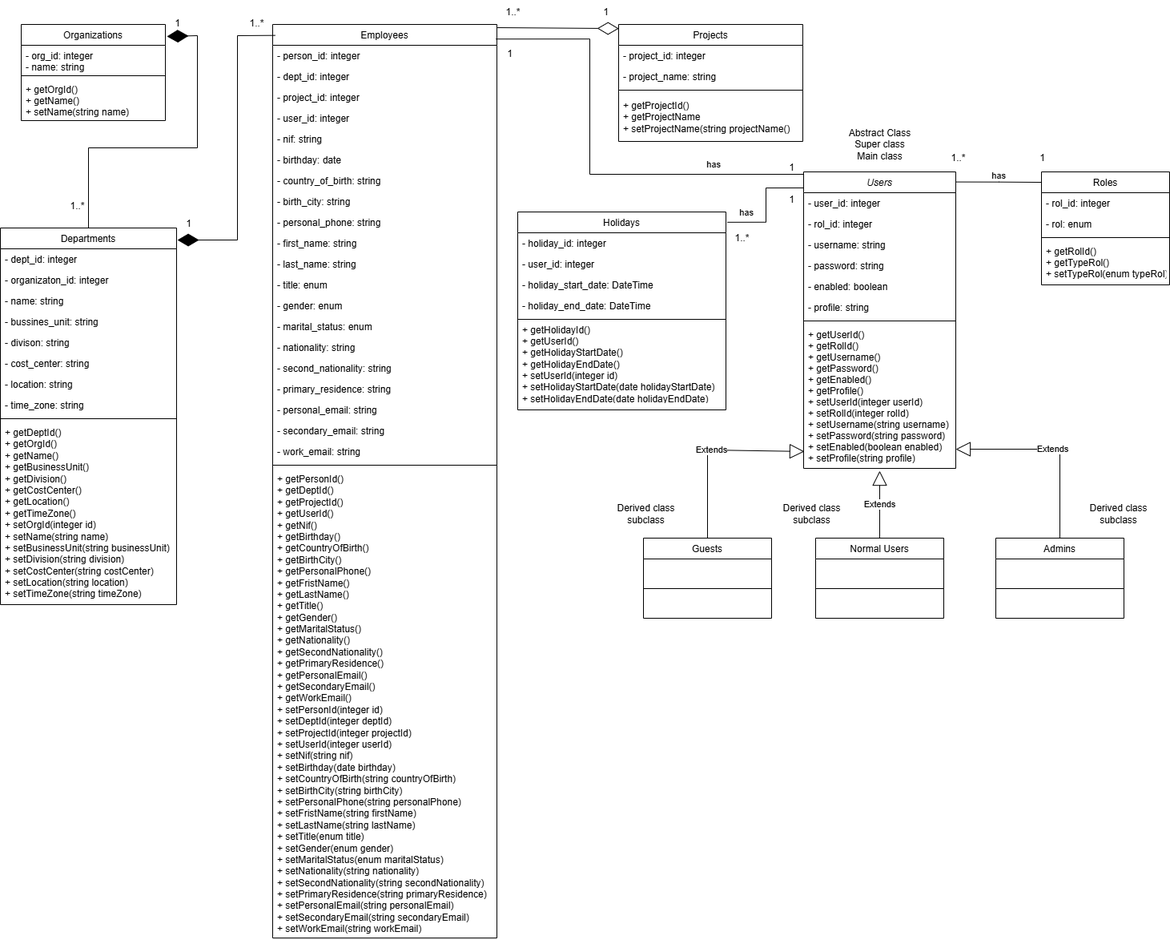
Above: Diagramas/Diagrama-De-Clases/Diagrama_De_Clases_HolidaysApp.drawio.png in lhachete/Holidays-App (draw.io), before the change. Source tidied: cells renumbered, new cells last; positions are measured from the earlier drawing's top-left corner, leaving out a move shared by most shapes.
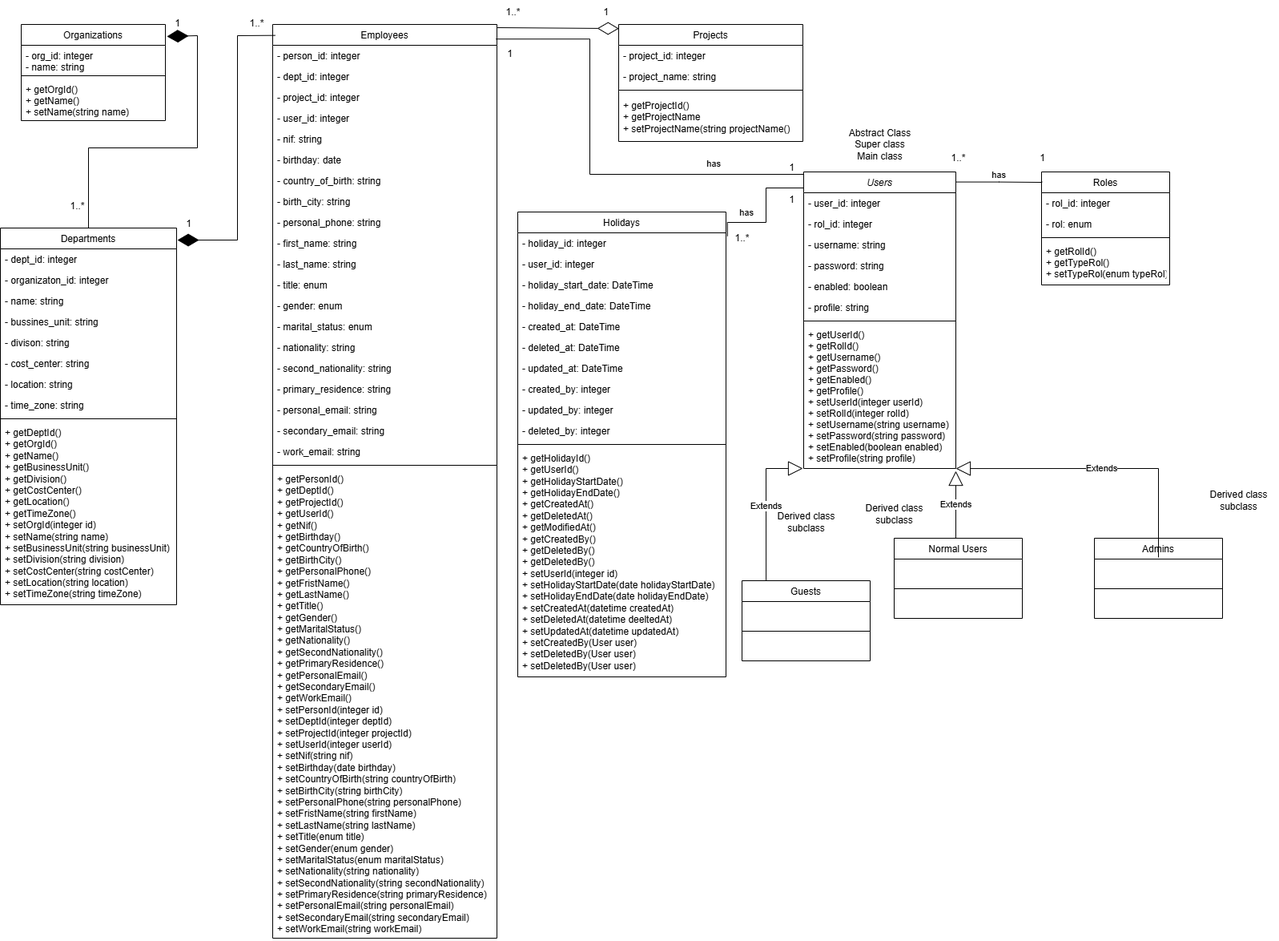
Above is the later version.

Commit message:
modified classes diagram

Diff of the diagram source:
```diff
@@ -30,7 +30,7 @@
       <mxGeometry y="190" width="190" height="180" as="geometry" />
     </mxCell>
     <mxCell id="11" value="Holidays" style="swimlane;fontStyle=0;align=center;verticalAlign=top;horizontal=1;startSize=26;rounded=0;shadow=0;strokeWidth=1;" parent="1" vertex="1">
-      <mxGeometry x="646" y="264" width="260" height="247" as="geometry" />
+      <mxGeometry x="646" y="264" width="260" height="580" as="geometry" />
     </mxCell>
     <mxCell id="12" value="- holiday_id: integer" style="text;align=left;verticalAlign=top;spacingLeft=4;spacingRight=4;overflow=hidden;" parent="11" vertex="1">
       <mxGeometry y="26" width="260" height="26" as="geometry" />
@@ -44,11 +44,29 @@
     <mxCell id="15" value="- holiday_end_date: DateTime" style="text;align=left;verticalAlign=top;spacingLeft=4;spacingRight=4;overflow=hidden;rounded=0;shadow=0;html=0;" parent="11" vertex="1">
       <mxGeometry y="104" width="260" height="26" as="geometry" />
     </mxCell>
+    <mxCell id="100" value="- created_at: DateTime" style="text;align=left;verticalAlign=top;spacingLeft=4;spacingRight=4;overflow=hidden;rounded=0;shadow=0;html=0;" parent="11" vertex="1">
+      <mxGeometry y="130" width="260" height="26" as="geometry" />
+    </mxCell>
+    <mxCell id="101" value="- deleted_at: DateTime" style="text;align=left;verticalAlign=top;spacingLeft=4;spacingRight=4;overflow=hidden;rounded=0;shadow=0;html=0;" parent="11" vertex="1">
+      <mxGeometry y="156" width="260" height="26" as="geometry" />
+    </mxCell>
+    <mxCell id="102" value="- updated_at: DateTime" style="text;align=left;verticalAlign=top;spacingLeft=4;spacingRight=4;overflow=hidden;rounded=0;shadow=0;html=0;" parent="11" vertex="1">
+      <mxGeometry y="182" width="260" height="26" as="geometry" />
+    </mxCell>
+    <mxCell id="103" value="- created_by: integer" style="text;align=left;verticalAlign=top;spacingLeft=4;spacingRight=4;overflow=hidden;rounded=0;shadow=0;html=0;" parent="11" vertex="1">
+      <mxGeometry y="208" width="260" height="26" as="geometry" />
+    </mxCell>
+    <mxCell id="104" value="- updated_by: integer" style="text;align=left;verticalAlign=top;spacingLeft=4;spacingRight=4;overflow=hidden;rounded=0;shadow=0;html=0;" parent="11" vertex="1">
+      <mxGeometry y="234" width="260" height="26" as="geometry" />
+    </mxCell>
+    <mxCell id="105" value="- deleted_by: integer" style="text;align=left;verticalAlign=top;spacingLeft=4;spacingRight=4;overflow=hidden;rounded=0;shadow=0;html=0;" parent="11" vertex="1">
+      <mxGeometry y="260" width="260" height="26" as="geometry" />
+    </mxCell>
     <mxCell id="16" style="line;html=1;strokeWidth=1;align=left;verticalAlign=middle;spacingTop=-1;spacingLeft=3;spacingRight=3;labelPosition=right;" parent="11" vertex="1">
-      <mxGeometry y="130" width="260" height="8" as="geometry" />
+      <mxGeometry y="286" width="260" height="8" as="geometry" />
     </mxCell>
-    <mxCell id="17" value="+ getHolidayId()&lt;div&gt;+ getUserId()&lt;br&gt;+ getHolidayStartDate()&lt;br&gt;+ getHolidayEndDate()&lt;br&gt;+ setUserId(integer id)&lt;br&gt;+ setHolidayStartDate(date holidayStartDate)&lt;br&gt;+ setHolidayEndDate(date holidayEndDate)&lt;/div&gt;" style="text;align=left;verticalAlign=middle;spacingLeft=4;spacingRight=4;overflow=hidden;rounded=0;shadow=0;html=1;spacing=2;" parent="11" vertex="1">
-      <mxGeometry y="138" width="260" height="102" as="geometry" />
+    <mxCell id="17" value="+ getHolidayId()&lt;div&gt;+ getUserId()&lt;br&gt;+ getHolidayStartDate()&lt;br&gt;+ getHolidayEndDate()&lt;/div&gt;&lt;div&gt;+ getCreatedAt()&lt;/div&gt;&lt;div&gt;+ getDeletedAt()&lt;/div&gt;&lt;div&gt;+ getModifiedAt()&lt;/div&gt;&lt;div&gt;+ getCreatedBy()&lt;/div&gt;&lt;div&gt;+ getDeletedBy()&lt;/div&gt;&lt;div&gt;+ getDeletedBy()&lt;br&gt;+ setUserId(integer id)&lt;br&gt;+ setHolidayStartDate(date holidayStartDate)&lt;br&gt;+ setHolidayEndDate(date holidayEndDate)&lt;/div&gt;&lt;div&gt;&lt;div&gt;+ setCreatedAt(datetime createdAt)&lt;/div&gt;&lt;div&gt;+ setDeletedAt(datetime deeltedAt)&lt;/div&gt;&lt;div&gt;+ setUpdatedAt(datetime updatedAt)&lt;/div&gt;&lt;div&gt;&lt;div&gt;+ setCreatedBy(User user)&lt;/div&gt;&lt;div&gt;+ setDeletedBy(&lt;span style=&quot;background-color: transparent; color: light-dark(rgb(0, 0, 0), rgb(255, 255, 255));&quot;&gt;User user&lt;/span&gt;&lt;span style=&quot;background-color: transparent; color: light-dark(rgb(0, 0, 0), rgb(255, 255, 255));&quot;&gt;)&lt;/span&gt;&lt;/div&gt;&lt;div&gt;+ setDeletedBy(&lt;span style=&quot;background-color: transparent; color: light-dark(rgb(0, 0, 0), rgb(255, 255, 255));&quot;&gt;User user&lt;/span&gt;&lt;span style=&quot;background-color: transparent; color: light-dark(rgb(0, 0, 0), rgb(255, 255, 255));&quot;&gt;)&lt;/span&gt;&lt;/div&gt;&lt;/div&gt;&lt;/div&gt;" style="text;align=left;verticalAlign=middle;spacingLeft=4;spacingRight=4;overflow=hidden;rounded=0;shadow=0;html=1;spacing=2;" parent="11" vertex="1">
+      <mxGeometry y="294" width="260" height="286" as="geometry" />
     </mxCell>
     <mxCell id="18" value="Employees" style="swimlane;fontStyle=0;align=center;verticalAlign=top;horizontal=1;startSize=26;rounded=0;shadow=0;strokeWidth=1;" parent="1" vertex="1">
       <mxGeometry x="340" y="30" width="280" height="1140" as="geometry" />
@@ -195,51 +213,57 @@
       <mxGeometry y="68" width="180" height="50" as="geometry" />
     </mxCell>
     <mxCell id="66" value="&lt;span style=&quot;font-weight: normal;&quot;&gt;Guests&lt;/span&gt;" style="swimlane;fontStyle=1;align=center;verticalAlign=top;horizontal=1;startSize=26;whiteSpace=wrap;html=1;" parent="1" vertex="1">
-      <mxGeometry x="803" y="671" width="160" height="100" as="geometry" />
+      <mxGeometry x="926" y="724" width="160" height="100" as="geometry" />
     </mxCell>
     <mxCell id="67" style="line;strokeWidth=1;fillColor=none;align=left;verticalAlign=middle;spacingTop=-1;spacingLeft=3;spacingRight=3;labelPosition=right;strokeColor=inherit;" parent="66" vertex="1">
       <mxGeometry y="26" width="160" height="74" as="geometry" />
     </mxCell>
-    <mxCell id="68" value="Extends" style="endArrow=block;endSize=16;endFill=0;html=1;rounded=0;exitX=0.5;exitY=0;exitDx=0;exitDy=0;entryX=0.005;entryY=0.883;entryDx=0;entryDy=0;entryPerimeter=0;" parent="1" edge="1" source="66" target="10">
+    <mxCell id="68" value="Extends" style="endArrow=block;endSize=16;endFill=0;html=1;rounded=0;exitX=0.188;exitY=0;exitDx=0;exitDy=0;exitPerimeter=0;" parent="1" edge="1" source="66">
       <mxGeometry relative="1" as="geometry">
+        <mxPoint x="1002" y="584" as="targetPoint" />
         <Array as="points">
-          <mxPoint x="883" y="561" />
+          <mxPoint x="956" y="584" />
         </Array>
       </mxGeometry>
     </mxCell>
     <mxCell id="69" value="&lt;span style=&quot;font-weight: normal;&quot;&gt;Normal Users&lt;/span&gt;" style="swimlane;fontStyle=1;align=center;verticalAlign=top;horizontal=1;startSize=26;whiteSpace=wrap;html=1;" parent="1" vertex="1">
-      <mxGeometry x="1018" y="671" width="160" height="100" as="geometry" />
+      <mxGeometry x="1116" y="671" width="160" height="100" as="geometry" />
     </mxCell>
     <mxCell id="70" style="line;strokeWidth=1;fillColor=none;align=left;verticalAlign=middle;spacingTop=-1;spacingLeft=3;spacingRight=3;labelPosition=right;strokeColor=inherit;" parent="69" vertex="1">
       <mxGeometry y="26" width="160" height="74" as="geometry" />
     </mxCell>
     <mxCell id="71" value="&lt;span style=&quot;font-weight: normal;&quot;&gt;Admins&lt;/span&gt;" style="swimlane;fontStyle=1;align=center;verticalAlign=top;horizontal=1;startSize=26;whiteSpace=wrap;html=1;" parent="1" vertex="1">
-      <mxGeometry x="1243" y="671" width="160" height="100" as="geometry" />
+      <mxGeometry x="1366" y="671" width="160" height="100" as="geometry" />
     </mxCell>
     <mxCell id="72" style="line;strokeWidth=1;fillColor=none;align=left;verticalAlign=middle;spacingTop=-1;spacingLeft=3;spacingRight=3;labelPosition=right;strokeColor=inherit;" parent="71" vertex="1">
       <mxGeometry y="26" width="160" height="74" as="geometry" />
     </mxCell>
-    <mxCell id="73" value="Extends" style="endArrow=block;endSize=16;endFill=0;html=1;rounded=0;exitX=0.5;exitY=0;exitDx=0;exitDy=0;entryX=1;entryY=0.867;entryDx=0;entryDy=0;entryPerimeter=0;" parent="1" edge="1" source="71" target="10">
+    <mxCell id="73" value="Extends" style="endArrow=block;endSize=16;endFill=0;html=1;rounded=0;exitX=0.5;exitY=0;exitDx=0;exitDy=0;entryX=1;entryY=0.867;entryDx=0;entryDy=0;entryPerimeter=0;" parent="1" edge="1">
       <mxGeometry relative="1" as="geometry">
+        <mxPoint x="1446" y="695" as="sourcePoint" />
+        <mxPoint x="1193" y="584.1" as="targetPoint" />
         <Array as="points">
-          <mxPoint x="1323" y="560" />
+          <mxPoint x="1446" y="584" />
         </Array>
       </mxGeometry>
     </mxCell>
-    <mxCell id="74" value="Extends" style="endArrow=block;endSize=16;endFill=0;html=1;rounded=0;entryX=0.5;entryY=1.017;entryDx=0;entryDy=0;entryPerimeter=0;exitX=0.5;exitY=0;exitDx=0;exitDy=0;" parent="1" edge="1" source="69" target="10">
-      <mxGeometry relative="1" as="geometry" />
+    <mxCell id="74" value="Extends" style="endArrow=block;endSize=16;endFill=0;html=1;rounded=0;entryX=0.5;entryY=1.017;entryDx=0;entryDy=0;entryPerimeter=0;exitX=0.5;exitY=0;exitDx=0;exitDy=0;" parent="1" edge="1">
+      <mxGeometry relative="1" as="geometry">
+        <mxPoint x="1193" y="671" as="sourcePoint" />
+        <mxPoint x="1193" y="587.1" as="targetPoint" />
+      </mxGeometry>
     </mxCell>
     <mxCell id="75" value="&lt;div&gt;Abstract Class&lt;/div&gt;Super class&lt;div&gt;Main class&lt;/div&gt;" style="text;html=1;align=center;verticalAlign=middle;strokeColor=none;fillColor=none;" parent="1" vertex="1">
       <mxGeometry x="1048" y="150" width="100" height="60" as="geometry" />
     </mxCell>
     <mxCell id="76" value="Derived class&lt;div&gt;subclass&lt;/div&gt;" style="text;html=1;align=center;verticalAlign=middle;strokeColor=none;fillColor=none;" parent="1" vertex="1">
-      <mxGeometry x="756" y="621" width="100" height="40" as="geometry" />
+      <mxGeometry x="956" y="631" width="100" height="40" as="geometry" />
     </mxCell>
     <mxCell id="77" value="Derived class&lt;div&gt;subclass&lt;/div&gt;" style="text;html=1;align=center;verticalAlign=middle;strokeColor=none;fillColor=none;" parent="1" vertex="1">
-      <mxGeometry x="963" y="621" width="100" height="40" as="geometry" />
+      <mxGeometry x="1066" y="621" width="100" height="40" as="geometry" />
     </mxCell>
     <mxCell id="78" value="Derived class&lt;div&gt;subclass&lt;/div&gt;" style="text;html=1;align=center;verticalAlign=middle;strokeColor=none;fillColor=none;" parent="1" vertex="1">
-      <mxGeometry x="1346" y="621" width="100" height="40" as="geometry" />
+      <mxGeometry x="1496" y="604" width="100" height="40" as="geometry" />
     </mxCell>
     <mxCell id="79" style="endArrow=diamondThin;endFill=1;endSize=24;html=1;rounded=0;entryX=1.011;entryY=0.125;entryDx=0;entryDy=0;entryPerimeter=0;exitX=0.5;exitY=0;exitDx=0;exitDy=0;" parent="1" edge="1" source="51" target="62">
       <mxGeometry relative="1" as="geometry">
```
